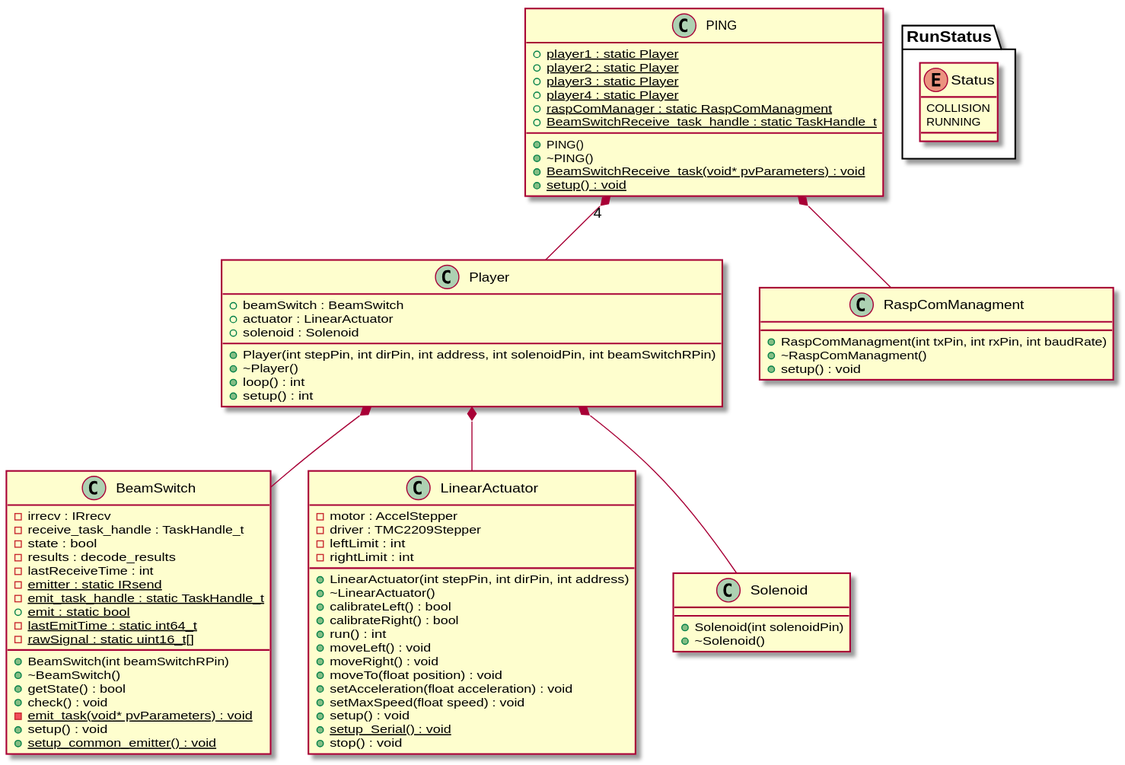
The PlantUML diagram docs/esp32.svg in tonysoux/PING22, before a commit.
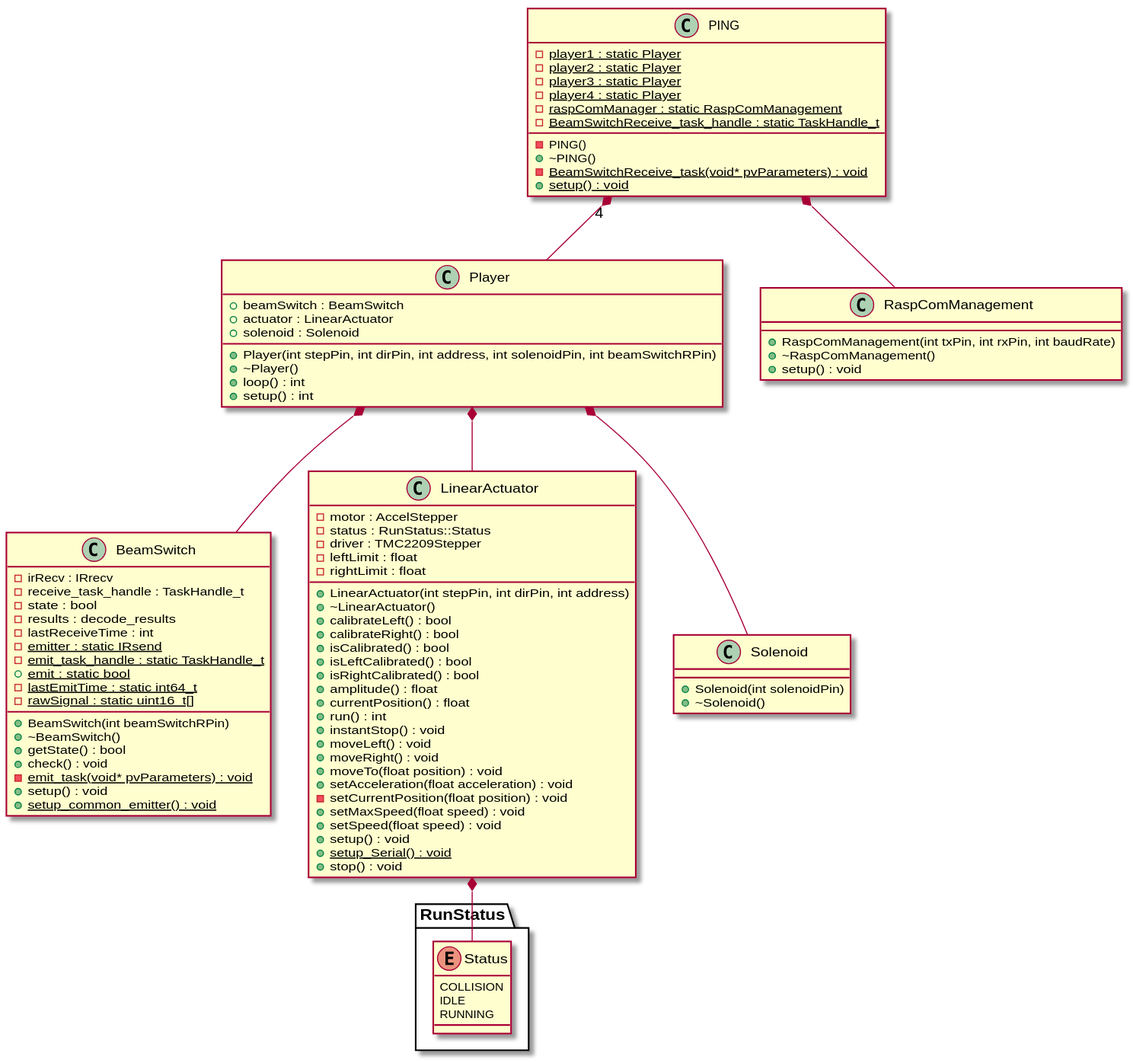
After the commit.

Commit message:
Updated UML diagram

The edit, as a diff of the source:
```diff
@@ -8,7 +8,7 @@
 class BeamSwitch {
 	+BeamSwitch(int beamSwitchRPin)
 	+~BeamSwitch()
-	-irrecv : IRrecv
+	-irRecv : IRrecv
 	-receive_task_handle : TaskHandle_t
 	+getState() : bool
 	-state : bool
@@ -30,17 +30,26 @@
 	+LinearActuator(int stepPin, int dirPin, int address)
 	+~LinearActuator()
 	-motor : AccelStepper
+	-status : RunStatus::Status
 	-driver : TMC2209Stepper
 	+calibrateLeft() : bool
 	+calibrateRight() : bool
-	-leftLimit : int
-	-rightLimit : int
+	+isCalibrated() : bool
+	+isLeftCalibrated() : bool
+	+isRightCalibrated() : bool
+	+amplitude() : float
+	+currentPosition() : float
+	-leftLimit : float
+	-rightLimit : float
 	+run() : int
+	+instantStop() : void
 	+moveLeft() : void
 	+moveRight() : void
 	+moveTo(float position) : void
 	+setAcceleration(float acceleration) : void
+	-setCurrentPosition(float position) : void
 	+setMaxSpeed(float speed) : void
+	+setSpeed(float speed) : void
 	+setup() : void
 	+{static} setup_Serial() : void
 	+stop() : void
@@ -48,15 +57,15 @@
 
 
 class PING {
-	+PING()
+	-PING()
 	+~PING()
-	+{static} player1 : static Player
-	+{static} player2 : static Player
-	+{static} player3 : static Player
-	+{static} player4 : static Player
-	+{static} raspComManager : static RaspComManagment
-	+{static} BeamSwitchReceive_task_handle : static TaskHandle_t
-	+{static} BeamSwitchReceive_task(void* pvParameters) : void
+	-{static} player1 : static Player
+	-{static} player2 : static Player
+	-{static} player3 : static Player
+	-{static} player4 : static Player
+	-{static} raspComManager : static RaspComManagement
+	-{static} BeamSwitchReceive_task_handle : static TaskHandle_t
+	-{static} BeamSwitchReceive_task(void* pvParameters) : void
 	+{static} setup() : void
 }
 
@@ -72,9 +81,9 @@
 }
 
 
-class RaspComManagment {
-	+RaspComManagment(int txPin, int rxPin, int baudRate)
-	+~RaspComManagment()
+class RaspComManagement {
+	+RaspComManagement(int txPin, int rxPin, int baudRate)
+	+~RaspComManagement()
 	+setup() : void
 }
 
@@ -88,6 +97,7 @@
 namespace RunStatus {
 	enum Status {
 		COLLISION
+		IDLE
 		RUNNING
 	}
 }
@@ -101,10 +111,13 @@
 
 
 
+LinearActuator *-- RunStatus.Status
+
+
 PING "4" *-- Player
 
 
-PING *-- RaspComManagment
+PING *-- RaspComManagement
 
 
 Player *-- BeamSwitch
```
